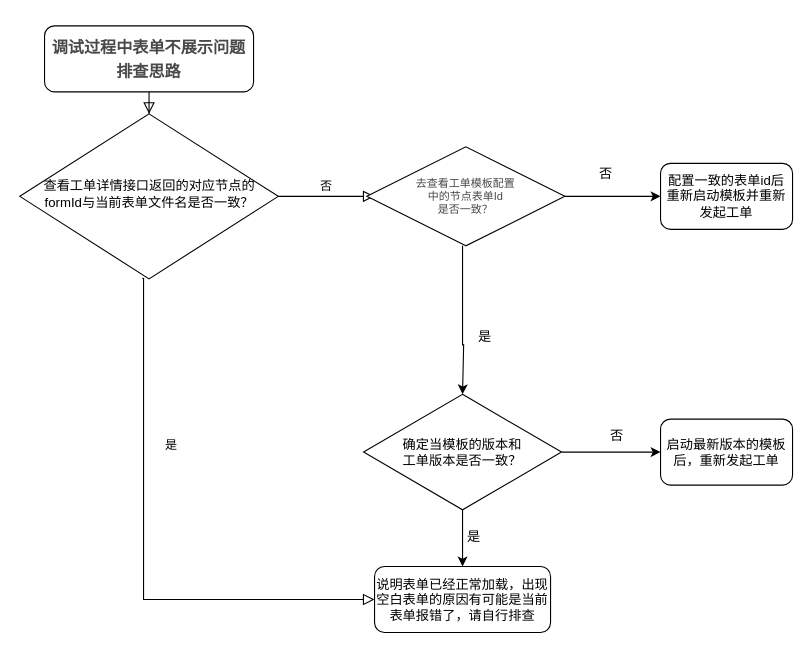
Earlier version of the draw.io diagram 未命名绘图.drawio (linxingli/blog). Source tidied: cells renumbered, new cells numbered last; positions are measured from the earlier drawing's top-left corner, leaving out a move shared by most shapes. Both pictures are drawn from the tidied source at 110%, with x=0, y=0 at pixel (20, 25).
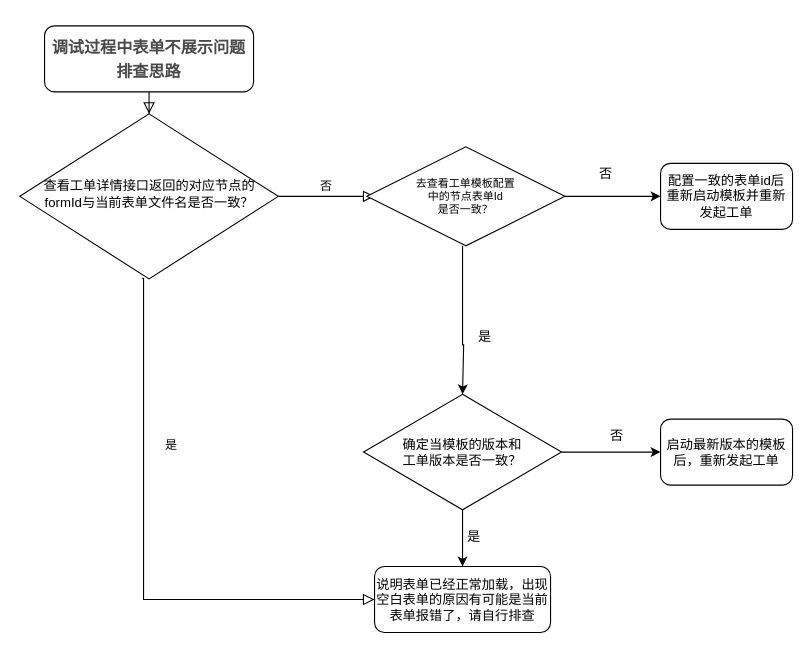
After the change.

Commit message:
更新未命名绘图.drawio

What changed in the source:
```diff
@@
-    <mxCell id="9" value="&lt;h5&gt;&lt;font size=&quot;1&quot; color=&quot;#494949&quot;&gt;&lt;span style=&quot;font-weight: normal;&quot;&gt;去查看工单模板配置&lt;br&gt;中的节点表单Id&lt;br&gt;是否一致？&lt;/span&gt;&lt;/font&gt;&lt;/h5&gt;" style="rhombus;whiteSpace=wrap;html=1;align=center;direction=west;" parent="1" vertex="1">
+    <mxCell id="9" value="&lt;h5&gt;&lt;font size=&quot;1&quot;&gt;&lt;span style=&quot;font-weight: normal;&quot;&gt;去查看工单模板配置&lt;br&gt;中的节点表单Id&lt;br&gt;是否一致？&lt;/span&gt;&lt;/font&gt;&lt;/h5&gt;" style="rhombus;whiteSpace=wrap;html=1;align=center;direction=west;" parent="1" vertex="1">
       <mxGeometry x="315" y="110" width="180" height="90" as="geometry" />
     </mxCell>
```
